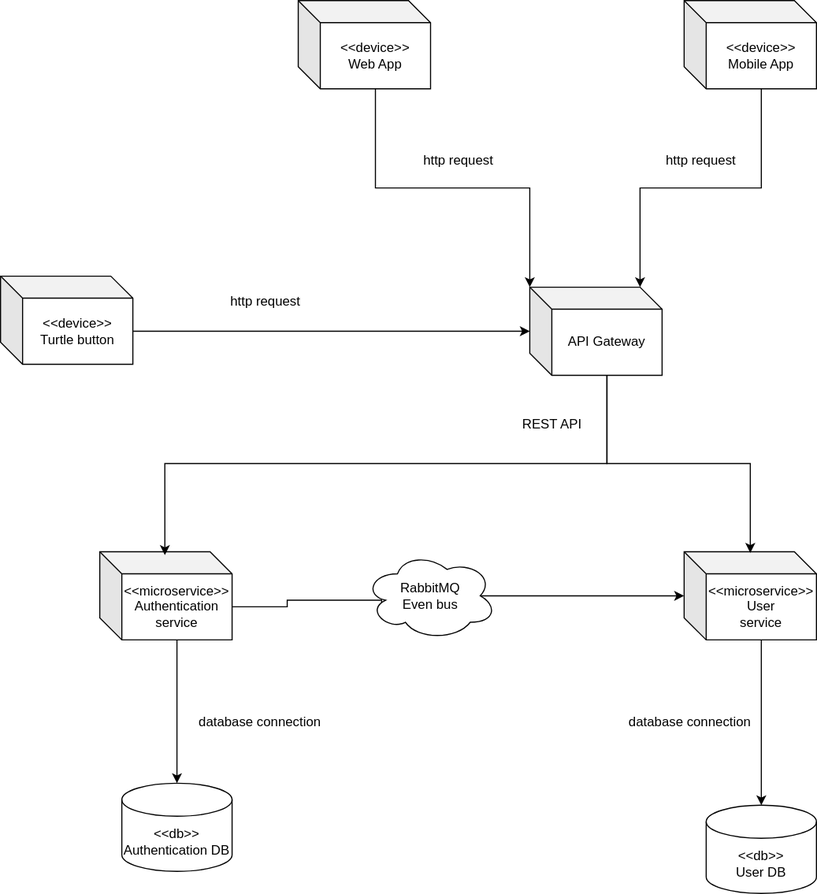
Before: Documentation/Design/SoftwareArchitecture.drawio.svg, a diagram exported from draw.io (r0jbY/uvjb). Source tidied: cells renumbered, new cells last; positions are measured from the earlier drawing's top-left corner, leaving out a move shared by most shapes.
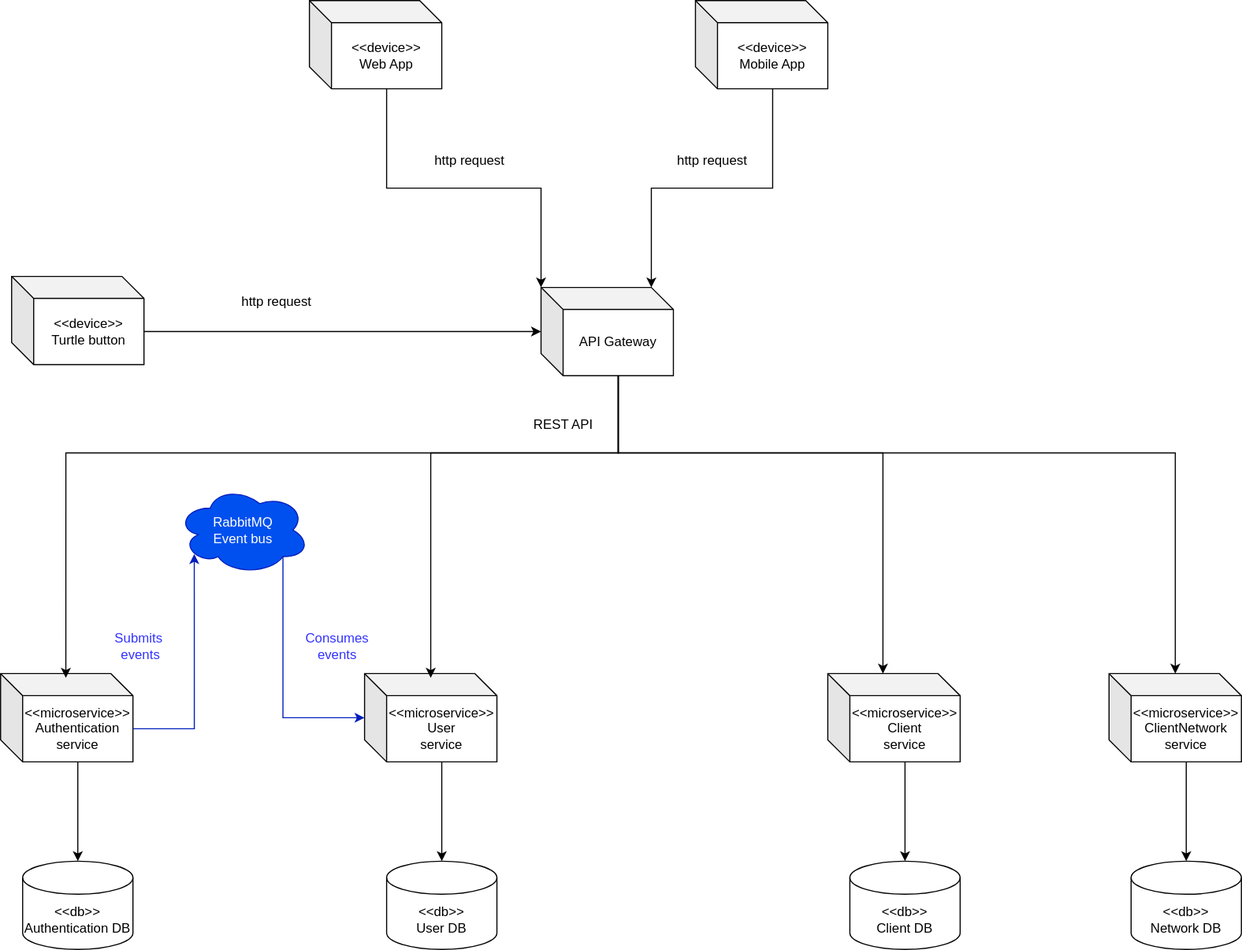
The same diagram one commit later.

Diff of the diagram source:
```diff
@@ -14,6 +14,14 @@
     <mxCell id="5" value="&amp;lt;&amp;lt;device&amp;gt;&amp;gt;&lt;div&gt;Turtle button&lt;/div&gt;" style="shape=cube;whiteSpace=wrap;html=1;boundedLbl=1;backgroundOutline=1;darkOpacity=0.05;darkOpacity2=0.1;" parent="1" vertex="1">
       <mxGeometry y="250" width="120" height="80" as="geometry" />
     </mxCell>
+    <mxCell id="26" style="edgeStyle=orthogonalEdgeStyle;rounded=0;jettySize=auto;html=1;exitX=0;exitY=0;exitDx=70;exitDy=80;exitPerimeter=0;" parent="1" edge="1" source="6" target="27">
+      <mxGeometry relative="1" as="geometry">
+        <Array as="points">
+          <mxPoint x="550" y="410" />
+          <mxPoint x="1055" y="410" />
+        </Array>
+      </mxGeometry>
+    </mxCell>
     <mxCell id="6" value="API Gateway" style="shape=cube;whiteSpace=wrap;html=1;boundedLbl=1;backgroundOutline=1;darkOpacity=0.05;darkOpacity2=0.1;" parent="1" vertex="1">
       <mxGeometry x="480" y="260" width="120" height="80" as="geometry" />
     </mxCell>
@@ -23,30 +31,15 @@
     <mxCell id="8" style="edgeStyle=orthogonalEdgeStyle;rounded=0;jettySize=auto;html=1;exitX=0;exitY=0;exitDx=70;exitDy=80;exitPerimeter=0;entryX=0;entryY=0;entryDx=100;entryDy=0;entryPerimeter=0;" parent="1" edge="1" source="3" target="6">
       <mxGeometry relative="1" as="geometry" />
     </mxCell>
-    <mxCell id="9" style="edgeStyle=orthogonalEdgeStyle;rounded=0;jettySize=auto;html=1;exitX=0;exitY=0;exitDx=120;exitDy=50;exitPerimeter=0;entryX=0.13;entryY=0.77;entryDx=0;entryDy=0;entryPerimeter=0;" parent="1" edge="1" source="10" target="25">
-      <mxGeometry relative="1" as="geometry">
-        <Array as="points">
-          <mxPoint x="260" y="550" />
-          <mxPoint x="260" y="544" />
-          <mxPoint x="346" y="544" />
-        </Array>
-      </mxGeometry>
-    </mxCell>
     <mxCell id="10" value="&amp;lt;&amp;lt;microservice&amp;gt;&amp;gt;&lt;div&gt;Authentication service&lt;/div&gt;" style="shape=cube;whiteSpace=wrap;html=1;boundedLbl=1;backgroundOutline=1;darkOpacity=0.05;darkOpacity2=0.1;" parent="1" vertex="1">
-      <mxGeometry x="90" y="500" width="120" height="80" as="geometry" />
+      <mxGeometry x="-10" y="610" width="120" height="80" as="geometry" />
     </mxCell>
-    <mxCell id="11" style="edgeStyle=orthogonalEdgeStyle;rounded=0;jettySize=auto;html=1;exitX=0;exitY=0;exitDx=70;exitDy=80;exitPerimeter=0;entryX=0.492;entryY=0.038;entryDx=0;entryDy=0;entryPerimeter=0;" parent="1" edge="1" source="6" target="10">
-      <mxGeometry relative="1" as="geometry" />
-    </mxCell>
     <mxCell id="12" value="&amp;lt;&amp;lt;db&amp;gt;&amp;gt;&lt;div&gt;Authentication DB&lt;/div&gt;" style="shape=cylinder3;whiteSpace=wrap;html=1;boundedLbl=1;backgroundOutline=1;size=15;" parent="1" vertex="1">
-      <mxGeometry x="110" y="710" width="100" height="80" as="geometry" />
+      <mxGeometry x="10" y="780" width="100" height="80" as="geometry" />
     </mxCell>
     <mxCell id="13" style="edgeStyle=orthogonalEdgeStyle;rounded=0;jettySize=auto;html=1;exitX=0;exitY=0;exitDx=70;exitDy=80;exitPerimeter=0;entryX=0.5;entryY=0;entryDx=0;entryDy=0;entryPerimeter=0;" parent="1" edge="1" source="10" target="12">
       <mxGeometry relative="1" as="geometry" />
     </mxCell>
-    <mxCell id="14" value="database connection" style="text;html=1;align=center;verticalAlign=middle;strokeColor=none;fillColor=none;" parent="1" vertex="1">
-      <mxGeometry x="170" y="640" width="130" height="30" as="geometry" />
-    </mxCell>
     <mxCell id="15" value="http request" style="text;html=1;align=center;verticalAlign=middle;strokeColor=none;fillColor=none;" parent="1" vertex="1">
       <mxGeometry x="195" y="258" width="90" height="30" as="geometry" />
     </mxCell>
@@ -56,29 +49,78 @@
     <mxCell id="17" value="http request" style="text;html=1;align=center;verticalAlign=middle;strokeColor=none;fillColor=none;" parent="1" vertex="1">
       <mxGeometry x="590" y="130" width="90" height="30" as="geometry" />
     </mxCell>
-    <mxCell id="18" value="REST API" style="text;html=1;align=center;verticalAlign=middle;strokeColor=none;fillColor=none;" parent="1" vertex="1">
-      <mxGeometry x="460" y="370" width="80" height="30" as="geometry" />
-    </mxCell>
     <mxCell id="19" value="&amp;lt;&amp;lt;microservice&amp;gt;&amp;gt;&lt;div&gt;User&lt;/div&gt;&lt;div&gt;service&lt;/div&gt;" style="shape=cube;whiteSpace=wrap;html=1;boundedLbl=1;backgroundOutline=1;darkOpacity=0.05;darkOpacity2=0.1;" parent="1" vertex="1">
-      <mxGeometry x="620" y="500" width="120" height="80" as="geometry" />
+      <mxGeometry x="320" y="610" width="120" height="80" as="geometry" />
     </mxCell>
     <mxCell id="20" value="&amp;lt;&amp;lt;db&amp;gt;&amp;gt;&lt;div&gt;User&amp;nbsp;&lt;span style=&quot;background-color: transparent; color: light-dark(rgb(0, 0, 0), rgb(255, 255, 255));&quot;&gt;DB&lt;/span&gt;&lt;/div&gt;" style="shape=cylinder3;whiteSpace=wrap;html=1;boundedLbl=1;backgroundOutline=1;size=15;" parent="1" vertex="1">
-      <mxGeometry x="640" y="730" width="100" height="80" as="geometry" />
+      <mxGeometry x="340" y="780" width="100" height="80" as="geometry" />
     </mxCell>
     <mxCell id="21" style="edgeStyle=orthogonalEdgeStyle;rounded=0;jettySize=auto;html=1;exitX=0;exitY=0;exitDx=70;exitDy=80;exitPerimeter=0;entryX=0.5;entryY=0;entryDx=0;entryDy=0;entryPerimeter=0;" parent="1" edge="1" source="19" target="20">
       <mxGeometry relative="1" as="geometry" />
     </mxCell>
-    <mxCell id="22" value="database connection" style="text;html=1;align=center;verticalAlign=middle;strokeColor=none;fillColor=none;" parent="1" vertex="1">
-      <mxGeometry x="560" y="640" width="130" height="30" as="geometry" />
-    </mxCell>
+    <mxCell id="25" value="RabbitMQ&lt;div&gt;Event bus&lt;/div&gt;" style="ellipse;shape=cloud;whiteSpace=wrap;html=1;fillColor=#0050ef;fontColor=#ffffff;strokeColor=#001DBC;" parent="1" vertex="1">
+      <mxGeometry x="150" y="440" width="120" height="80" as="geometry" />
+    </mxCell>
+    <mxCell id="27" value="&amp;lt;&amp;lt;microservice&amp;gt;&amp;gt;&lt;div&gt;ClientNetwork&lt;/div&gt;&lt;div&gt;service&lt;/div&gt;" style="shape=cube;whiteSpace=wrap;html=1;boundedLbl=1;backgroundOutline=1;darkOpacity=0.05;darkOpacity2=0.1;" parent="1" vertex="1">
+      <mxGeometry x="995" y="610" width="120" height="80" as="geometry" />
+    </mxCell>
+    <mxCell id="28" value="&amp;lt;&amp;lt;db&amp;gt;&amp;gt;&lt;div&gt;Network&amp;nbsp;&lt;span style=&quot;background-color: transparent; color: light-dark(rgb(0, 0, 0), rgb(255, 255, 255));&quot;&gt;DB&lt;/span&gt;&lt;/div&gt;" style="shape=cylinder3;whiteSpace=wrap;html=1;boundedLbl=1;backgroundOutline=1;size=15;" parent="1" vertex="1">
+      <mxGeometry x="1015" y="780" width="100" height="80" as="geometry" />
+    </mxCell>
+    <mxCell id="29" style="edgeStyle=orthogonalEdgeStyle;rounded=0;jettySize=auto;html=1;exitX=0;exitY=0;exitDx=70;exitDy=80;exitPerimeter=0;entryX=0.5;entryY=0;entryDx=0;entryDy=0;entryPerimeter=0;" parent="1" edge="1" source="27" target="28">
+      <mxGeometry relative="1" as="geometry" />
+    </mxCell>
+    <mxCell id="30" value="&amp;lt;&amp;lt;microservice&amp;gt;&amp;gt;&lt;div&gt;Client&lt;/div&gt;&lt;div&gt;service&lt;/div&gt;" style="shape=cube;whiteSpace=wrap;html=1;boundedLbl=1;backgroundOutline=1;darkOpacity=0.05;darkOpacity2=0.1;" parent="1" vertex="1">
+      <mxGeometry x="740" y="610" width="120" height="80" as="geometry" />
+    </mxCell>
+    <mxCell id="31" value="&amp;lt;&amp;lt;db&amp;gt;&amp;gt;&lt;div&gt;Client&amp;nbsp;&lt;span style=&quot;background-color: transparent; color: light-dark(rgb(0, 0, 0), rgb(255, 255, 255));&quot;&gt;DB&lt;/span&gt;&lt;/div&gt;" style="shape=cylinder3;whiteSpace=wrap;html=1;boundedLbl=1;backgroundOutline=1;size=15;" parent="1" vertex="1">
+      <mxGeometry x="760" y="780" width="100" height="80" as="geometry" />
+    </mxCell>
+    <mxCell id="32" style="edgeStyle=orthogonalEdgeStyle;rounded=0;jettySize=auto;html=1;exitX=0;exitY=0;exitDx=70;exitDy=80;exitPerimeter=0;entryX=0.5;entryY=0;entryDx=0;entryDy=0;entryPerimeter=0;" parent="1" edge="1" source="30" target="31">
+      <mxGeometry relative="1" as="geometry" />
+    </mxCell>
+    <mxCell id="11" style="edgeStyle=orthogonalEdgeStyle;rounded=0;jettySize=auto;html=1;exitX=0;exitY=0;exitDx=70;exitDy=80;exitPerimeter=0;entryX=0.493;entryY=0.048;entryDx=0;entryDy=0;entryPerimeter=0;" parent="1" edge="1" source="6" target="10">
+      <mxGeometry relative="1" as="geometry">
+        <Array as="points">
+          <mxPoint x="550" y="410" />
+          <mxPoint x="49" y="410" />
+        </Array>
+      </mxGeometry>
+    </mxCell>
-    <mxCell id="23" style="edgeStyle=orthogonalEdgeStyle;rounded=0;jettySize=auto;html=1;exitX=0;exitY=0;exitDx=70;exitDy=80;exitPerimeter=0;entryX=0.5;entryY=0.013;entryDx=0;entryDy=0;entryPerimeter=0;" parent="1" edge="1" source="6" target="19">
-      <mxGeometry relative="1" as="geometry" />
+    <mxCell id="23" style="edgeStyle=orthogonalEdgeStyle;rounded=0;jettySize=auto;html=1;exitX=0;exitY=0;exitDx=70;exitDy=80;exitPerimeter=0;entryX=0.5;entryY=0.048;entryDx=0;entryDy=0;entryPerimeter=0;" parent="1" edge="1" source="6" target="19">
+      <mxGeometry relative="1" as="geometry">
+        <Array as="points">
+          <mxPoint x="550" y="410" />
+          <mxPoint x="380" y="410" />
+        </Array>
+      </mxGeometry>
     </mxCell>
+    <mxCell id="33" style="edgeStyle=orthogonalEdgeStyle;rounded=0;jettySize=auto;html=1;exitX=0;exitY=0;exitDx=70;exitDy=80;exitPerimeter=0;entryX=0;entryY=0;entryDx=50;entryDy=0;entryPerimeter=0;" parent="1" edge="1" source="6" target="30">
+      <mxGeometry relative="1" as="geometry">
+        <Array as="points">
+          <mxPoint x="550" y="410" />
+          <mxPoint x="790" y="410" />
+        </Array>
+      </mxGeometry>
+    </mxCell>
+    <mxCell id="9" style="edgeStyle=orthogonalEdgeStyle;rounded=0;jettySize=auto;html=1;exitX=0;exitY=0;exitDx=120;exitDy=50;exitPerimeter=0;entryX=0.13;entryY=0.77;entryDx=0;entryDy=0;entryPerimeter=0;fillColor=#0050ef;strokeColor=#001DBC;" parent="1" edge="1" source="10" target="25">
+      <mxGeometry relative="1" as="geometry" />
+    </mxCell>
-    <mxCell id="24" style="edgeStyle=orthogonalEdgeStyle;rounded=0;jettySize=auto;html=1;exitX=0.875;exitY=0.5;exitDx=0;exitDy=0;exitPerimeter=0;" parent="1" edge="1" source="25" target="19">
-      <mxGeometry relative="1" as="geometry" />
+    <mxCell id="24" style="edgeStyle=orthogonalEdgeStyle;rounded=0;jettySize=auto;html=1;exitX=0.8;exitY=0.8;exitDx=0;exitDy=0;exitPerimeter=0;entryX=0;entryY=0.5;entryDx=0;entryDy=0;entryPerimeter=0;fillColor=#0050ef;strokeColor=#001DBC;" parent="1" edge="1" source="25" target="19">
+      <mxGeometry relative="1" as="geometry">
+        <Array as="points">
+          <mxPoint x="246" y="650" />
+        </Array>
+      </mxGeometry>
     </mxCell>
-    <mxCell id="25" value="RabbitMQ&lt;div&gt;Even bus&lt;/div&gt;" style="ellipse;shape=cloud;whiteSpace=wrap;html=1;" parent="1" vertex="1">
-      <mxGeometry x="330" y="500" width="120" height="80" as="geometry" />
-    </mxCell>
+    <mxCell id="18" value="REST API" style="text;html=1;align=center;verticalAlign=middle;strokeColor=none;fillColor=none;" parent="1" vertex="1">
+      <mxGeometry x="460" y="370" width="80" height="30" as="geometry" />
+    </mxCell>
+    <mxCell id="34" value="&lt;div&gt;&lt;font style=&quot;color: rgb(51, 51, 255);&quot;&gt;Submits&lt;/font&gt;&lt;/div&gt;&lt;div&gt;&lt;font style=&quot;color: rgb(51, 51, 255);&quot;&gt;&amp;nbsp;even&lt;/font&gt;&lt;span style=&quot;color: light-dark(rgb(51, 51, 255), rgb(168, 168, 255)); background-color: transparent;&quot;&gt;ts&lt;/span&gt;&lt;/div&gt;" style="text;html=1;align=center;verticalAlign=middle;strokeColor=none;fillColor=none;" parent="1" vertex="1">
+      <mxGeometry x="80" y="565" width="70" height="40" as="geometry" />
+    </mxCell>
+    <mxCell id="35" value="&lt;font color=&quot;#3333ff&quot;&gt;Consumes&lt;/font&gt;&lt;div&gt;&lt;font color=&quot;#3333ff&quot;&gt;events&lt;/font&gt;&lt;/div&gt;" style="text;html=1;align=center;verticalAlign=middle;strokeColor=none;fillColor=none;" parent="1" vertex="1">
+      <mxGeometry x="255" y="565" width="80" height="40" as="geometry" />
+    </mxCell>
   </root>
 </mxGraphModel>
```
